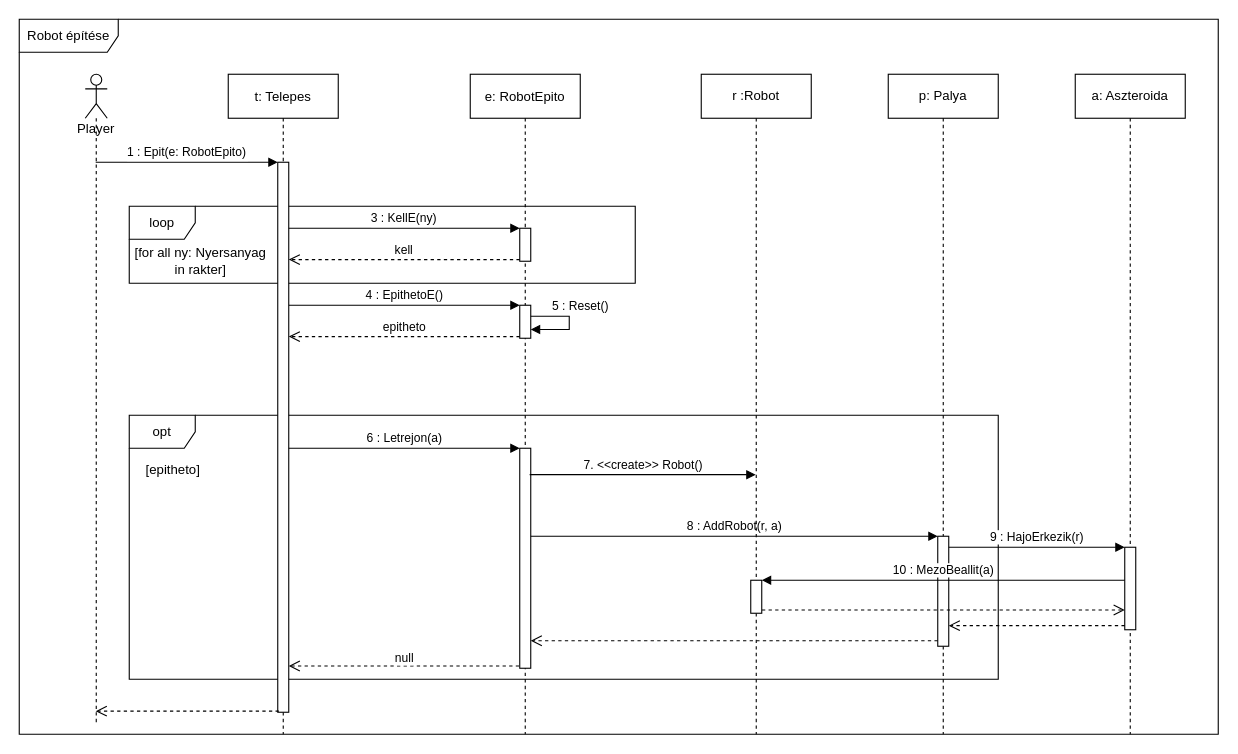
Above: doc/uml/szekvencia_robotEpit.drawio in torpeBoiGo/aszteroidabanyaszat (draw.io), before the change. Source tidied: cells renumbered, new cells numbered last; positions are measured from the earlier drawing's top-left corner, leaving out a move shared by most shapes. Both pictures are drawn from the tidied source at 110%, with x=0, y=0 at pixel (19, 19).
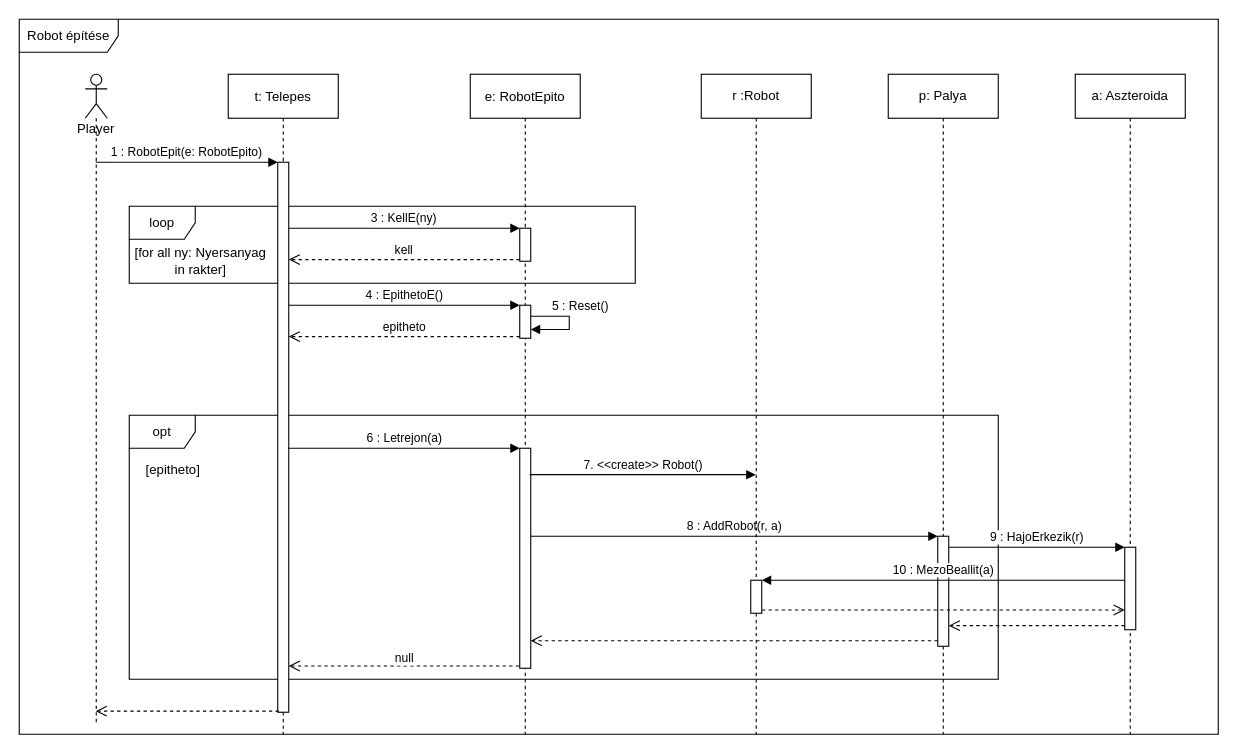
The same page after the edit.

Commit message:
RobotEpit() átnevezve

Unchanged cells that the change refers to:
```xml
<mxCell id="6" value="t: Telepes" style="shape=umlLifeline;perimeter=lifelinePerimeter;rounded=0;shadow=0;strokeWidth=1;" parent="1" vertex="1">
  <mxGeometry x="190" y="50" width="100" height="600" as="geometry" />
</mxCell>
<mxCell id="36" value="Player" style="shape=umlLifeline;participant=umlActor;perimeter=lifelinePerimeter;whiteSpace=wrap;html=1;verticalAlign=top;spacingTop=36;outlineConnect=0;" parent="1" vertex="1">
  <mxGeometry x="60" y="50" width="20" height="590" as="geometry" />
</mxCell>
```

What changed in the source:
```diff
@@
-    <mxCell id="7" value="1 : Epit(e: RobotEpito)" style="verticalAlign=bottom;startArrow=none;endArrow=block;startSize=8;shadow=0;strokeWidth=1;startFill=0;" parent="6" edge="1" source="36">
+    <mxCell id="7" value="1 : RobotEpit(e: RobotEpito)" style="verticalAlign=bottom;startArrow=none;endArrow=block;startSize=8;shadow=0;strokeWidth=1;startFill=0;" parent="6" edge="1" source="36">
       <mxGeometry relative="1" as="geometry">
         <mxPoint x="45" y="80" as="targetPoint" />
       </mxGeometry>
     </mxCell>
```
